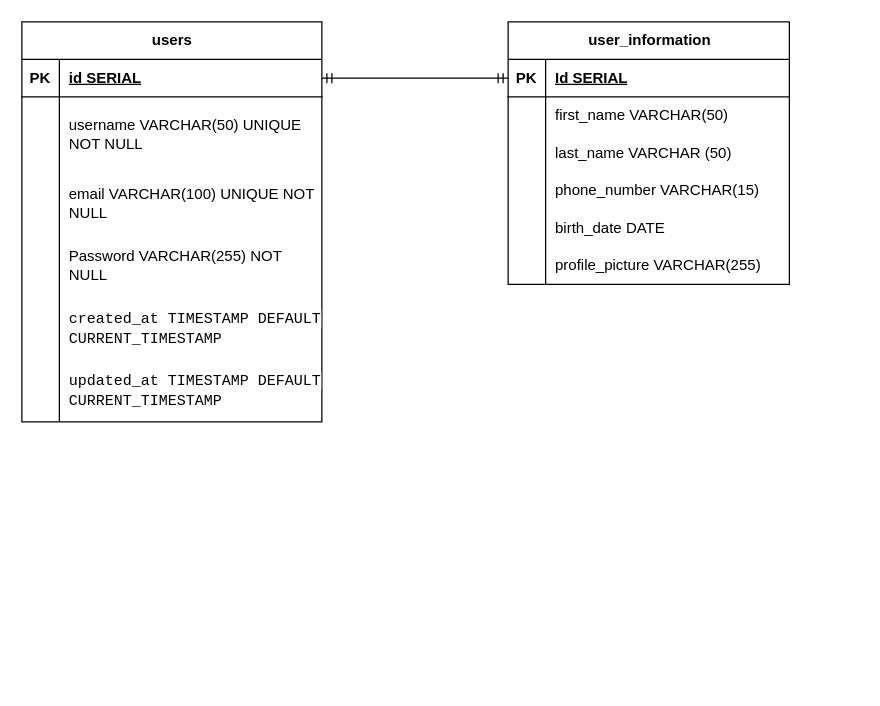
This is draws/database.dio from BahaaJber1/Book-Notes, a draw.io file, before an edit. Source tidied: cells renumbered, new cells numbered last; positions are measured from the earlier drawing's top-left corner, leaving out a move shared by most shapes. Both pictures are drawn from the tidied source at 125%, with x=0, y=0 at pixel (21, 21).
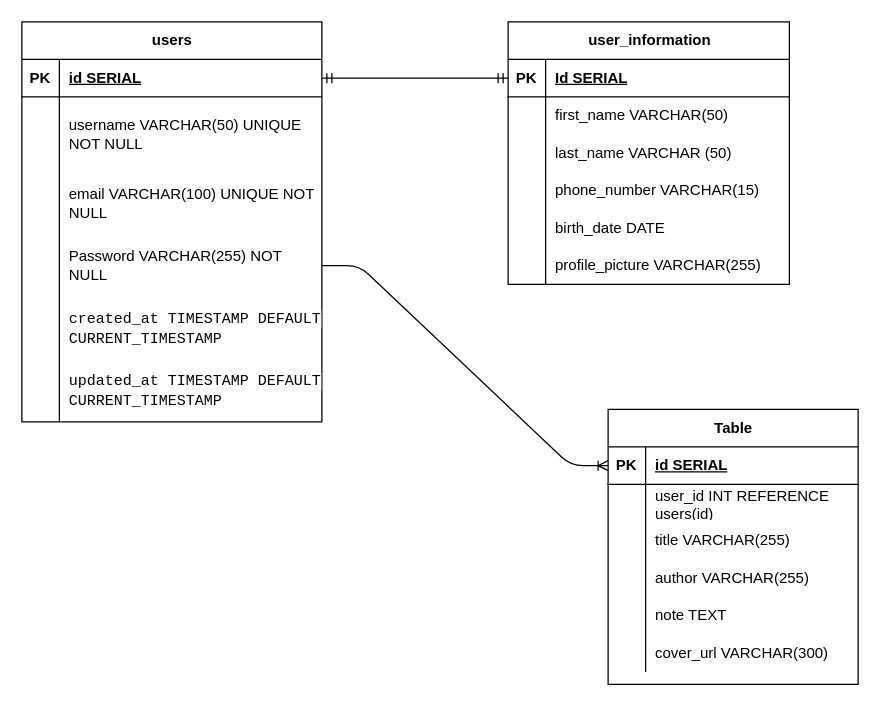
The same page after the edit.

Commit message:
Added the books table to store the users book and note

Unchanged cells that the change refers to:
```xml
<mxCell id="12" style="shape=tableRow;horizontal=0;startSize=0;swimlaneHead=0;swimlaneBody=0;fillColor=none;points=[[0,0.5],[1,0.5]];portConstraint=eastwest;top=0;left=0;right=0;bottom=0;" parent="2" vertex="1">
  <mxGeometry y="170" width="240" height="50" as="geometry" />
</mxCell>
```

Change to the diagram source:
```diff
@@
+    <mxCell id="41" value="Table" style="shape=table;startSize=30;childLayout=tableLayout;rowLines=0;fontStyle=1;align=center;html=1;" parent="1" vertex="1">
+      <mxGeometry x="469" y="310" width="200" height="220" as="geometry" />
+    </mxCell>
+    <mxCell id="42" style="shape=tableRow;horizontal=0;startSize=0;swimlaneHead=0;swimlaneBody=0;fillColor=none;points=[[0,0.5],[1,0.5]];portConstraint=eastwest;top=0;left=0;right=0;bottom=1;" parent="41" vertex="1">
+      <mxGeometry y="30" width="200" height="30" as="geometry" />
+    </mxCell>
+    <mxCell id="43" value="PK" style="shape=partialRectangle;fillColor=none;top=0;left=0;bottom=0;right=0;fontStyle=1;overflow=hidden;whiteSpace=wrap;html=1;" parent="42" vertex="1">
+      <mxGeometry width="30" height="30" as="geometry" />
+    </mxCell>
+    <mxCell id="44" value="id SERIAL" style="shape=partialRectangle;fillColor=none;top=0;left=0;bottom=0;right=0;align=left;spacingLeft=6;fontStyle=5;overflow=hidden;whiteSpace=wrap;html=1;" parent="42" vertex="1">
+      <mxGeometry x="30" width="170" height="30" as="geometry" />
+    </mxCell>
+    <mxCell id="45" style="shape=tableRow;horizontal=0;startSize=0;swimlaneHead=0;swimlaneBody=0;fillColor=none;top=0;left=0;right=0;bottom=0;" parent="41" vertex="1">
+      <mxGeometry y="60" width="200" height="30" as="geometry" />
+    </mxCell>
+    <mxCell id="46" style="shape=partialRectangle;fillColor=none;top=0;left=0;bottom=0;right=0;overflow=hidden;whiteSpace=wrap;html=1;" parent="45" vertex="1">
+      <mxGeometry width="30" height="30" as="geometry" />
+    </mxCell>
+    <mxCell id="47" value="user_id INT REFERENCE users(id)&amp;nbsp;" style="shape=partialRectangle;fillColor=none;top=0;left=0;bottom=0;right=0;align=left;spacingLeft=6;overflow=hidden;whiteSpace=wrap;html=1;" parent="45" vertex="1">
+      <mxGeometry x="30" width="170" height="30" as="geometry" />
+    </mxCell>
+    <mxCell id="48" style="shape=tableRow;horizontal=0;startSize=0;swimlaneHead=0;swimlaneBody=0;fillColor=none;top=0;left=0;right=0;bottom=0;" parent="41" vertex="1">
+      <mxGeometry y="90" width="200" height="30" as="geometry" />
+    </mxCell>
+    <mxCell id="49" style="shape=partialRectangle;fillColor=none;top=0;left=0;bottom=0;right=0;overflow=hidden;whiteSpace=wrap;html=1;" parent="48" vertex="1">
+      <mxGeometry width="30" height="30" as="geometry" />
+    </mxCell>
+    <mxCell id="50" value="title VARCHAR(255)" style="shape=partialRectangle;fillColor=none;top=0;left=0;bottom=0;right=0;align=left;spacingLeft=6;overflow=hidden;whiteSpace=wrap;html=1;" parent="48" vertex="1">
+      <mxGeometry x="30" width="170" height="30" as="geometry" />
+    </mxCell>
+    <mxCell id="51" style="shape=tableRow;horizontal=0;startSize=0;swimlaneHead=0;swimlaneBody=0;fillColor=none;top=0;left=0;right=0;bottom=0;" parent="41" vertex="1">
+      <mxGeometry y="120" width="200" height="30" as="geometry" />
+    </mxCell>
+    <mxCell id="52" style="shape=partialRectangle;fillColor=none;top=0;left=0;bottom=0;right=0;overflow=hidden;whiteSpace=wrap;html=1;" parent="51" vertex="1">
+      <mxGeometry width="30" height="30" as="geometry" />
+    </mxCell>
+    <mxCell id="53" value="author VARCHAR(255)" style="shape=partialRectangle;fillColor=none;top=0;left=0;bottom=0;right=0;align=left;spacingLeft=6;overflow=hidden;whiteSpace=wrap;html=1;" parent="51" vertex="1">
+      <mxGeometry x="30" width="170" height="30" as="geometry" />
+    </mxCell>
+    <mxCell id="54" style="shape=tableRow;horizontal=0;startSize=0;swimlaneHead=0;swimlaneBody=0;fillColor=none;top=0;left=0;right=0;bottom=0;" parent="41" vertex="1">
+      <mxGeometry y="150" width="200" height="30" as="geometry" />
+    </mxCell>
+    <mxCell id="55" style="shape=partialRectangle;fillColor=none;top=0;left=0;bottom=0;right=0;overflow=hidden;whiteSpace=wrap;html=1;" parent="54" vertex="1">
+      <mxGeometry width="30" height="30" as="geometry" />
+    </mxCell>
+    <mxCell id="56" value="note TEXT" style="shape=partialRectangle;fillColor=none;top=0;left=0;bottom=0;right=0;align=left;spacingLeft=6;overflow=hidden;whiteSpace=wrap;html=1;" parent="54" vertex="1">
+      <mxGeometry x="30" width="170" height="30" as="geometry" />
+    </mxCell>
+    <mxCell id="57" style="shape=tableRow;horizontal=0;startSize=0;swimlaneHead=0;swimlaneBody=0;fillColor=none;top=0;left=0;right=0;bottom=0;" parent="41" vertex="1">
+      <mxGeometry y="180" width="200" height="30" as="geometry" />
+    </mxCell>
+    <mxCell id="58" style="shape=partialRectangle;fillColor=none;top=0;left=0;bottom=0;right=0;overflow=hidden;whiteSpace=wrap;html=1;" parent="57" vertex="1">
+      <mxGeometry width="30" height="30" as="geometry" />
+    </mxCell>
+    <mxCell id="59" value="cover_url VARCHAR(300)" style="shape=partialRectangle;fillColor=none;top=0;left=0;bottom=0;right=0;align=left;spacingLeft=6;overflow=hidden;whiteSpace=wrap;html=1;" parent="57" vertex="1">
+      <mxGeometry x="30" width="170" height="30" as="geometry" />
+    </mxCell>
+    <mxCell id="60" style="edgeStyle=entityRelationEdgeStyle;fontSize=12;html=1;endArrow=ERoneToMany;exitX=1;exitY=0.5;exitDx=0;exitDy=0;entryX=0;entryY=0.5;entryDx=0;entryDy=0;" parent="1" edge="1" source="12" target="42">
+      <mxGeometry relative="1" as="geometry" />
+    </mxCell>
```
